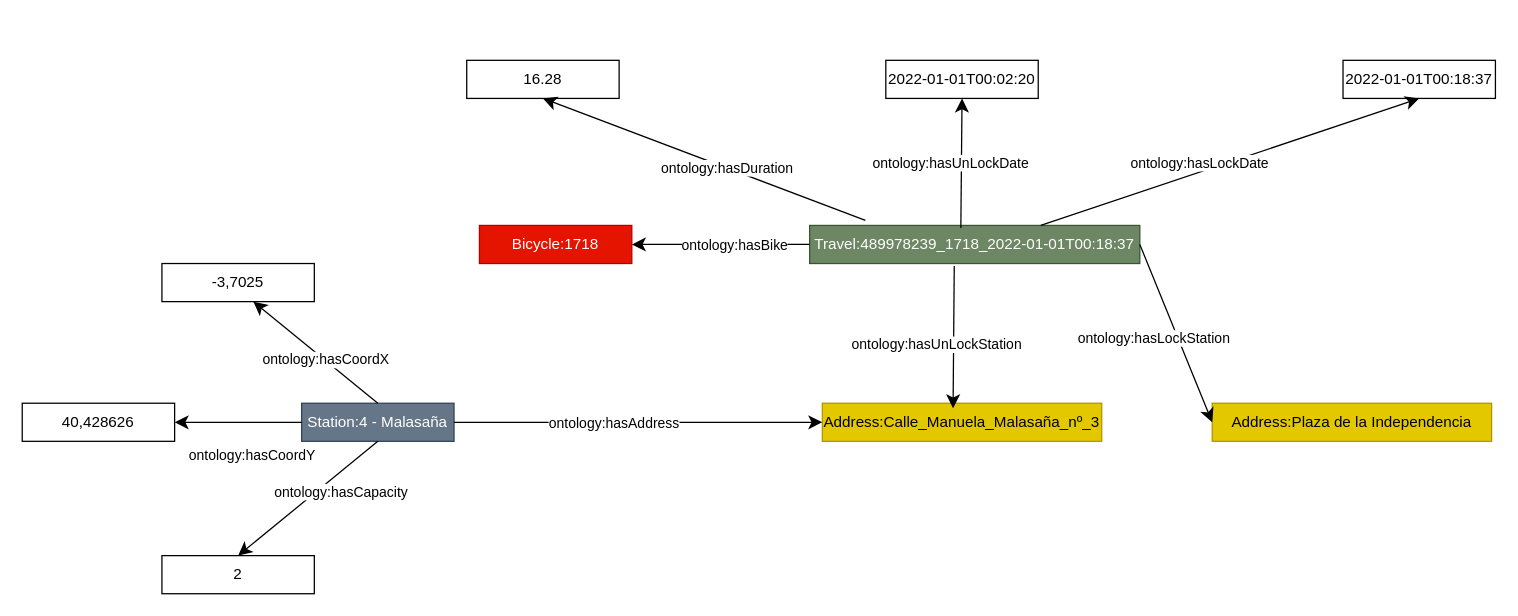
FacultadInformatica-LinkedData/Curso2025-2026-ODKG keeps this draw.io diagram as page "Página-3" (3 of 3) of HandsOn/Group05/ontology/ontology.drawio. Above is the earlier version. Source tidied: cells renumbered, new cells numbered last; positions are measured from the earlier drawing's top-left corner, leaving out a move shared by most shapes. Both pictures are drawn from the tidied source at 127%, with x=0, y=0 at pixel (22, 60).
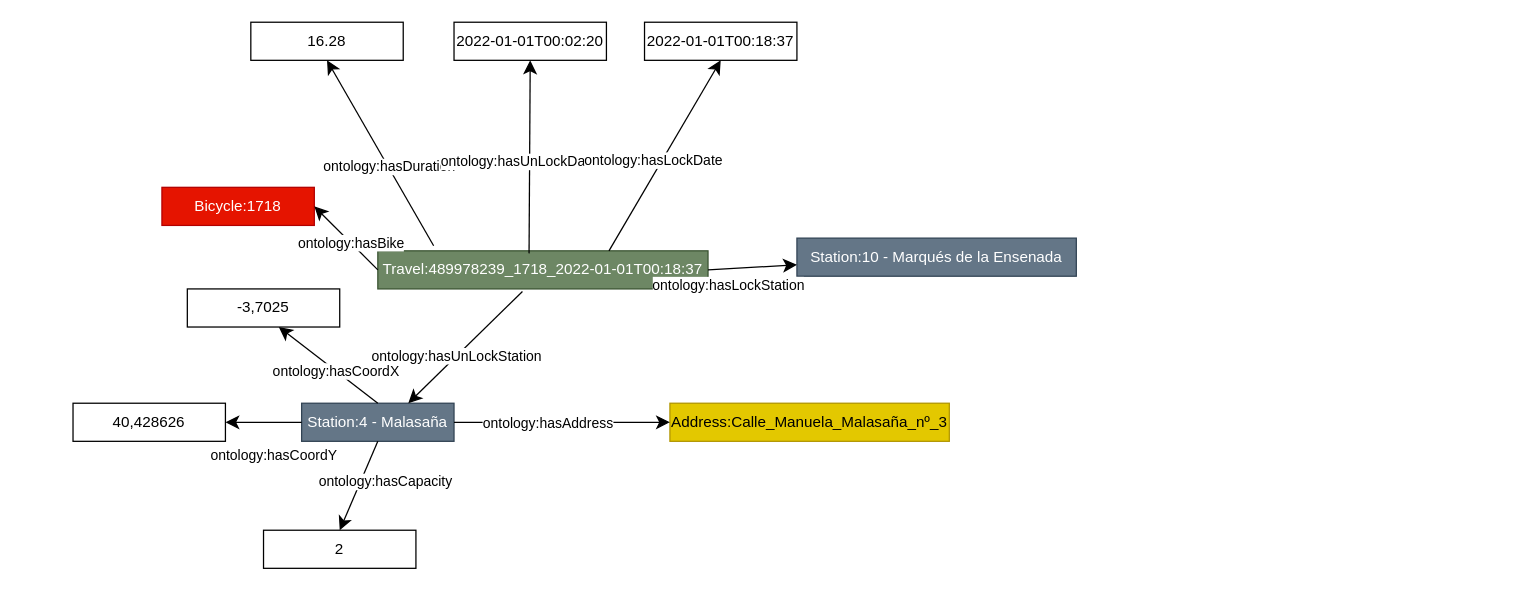
After the change.

Unchanged cells that the change refers to:
```xml
<mxCell id="2" value="Station:4 - Malasaña" style="rounded=0;whiteSpace=wrap;html=1;snapToPoint=1;points=[[0.1,0],[0.2,0],[0.3,0],[0.4,0],[0.5,0],[0.6,0],[0.7,0],[0.8,0],[0.9,0],[0,0.1],[0,0.3],[0,0.5],[0,0.7],[0,0.9],[0.1,1],[0.2,1],[0.3,1],[0.4,1],[0.5,1],[0.6,1],[0.7,1],[0.8,1],[0.9,1],[1,0.1],[1,0.3],[1,0.5],[1,0.7],[1,0.9]];fillColor=#647687;fontColor=#ffffff;strokeColor=#314354;" parent="1" vertex="1">
  <mxGeometry x="220" y="270" width="120" height="30" as="geometry" />
</mxCell>
```

What changed in the source:
```diff
@@
     <mxCell id="3" value="Address:Calle_Manuela_Malasaña_nº_3" style="rounded=0;whiteSpace=wrap;html=1;snapToPoint=1;points=[[0.1,0],[0.2,0],[0.3,0],[0.4,0],[0.5,0],[0.6,0],[0.7,0],[0.8,0],[0.9,0],[0,0.1],[0,0.3],[0,0.5],[0,0.7],[0,0.9],[0.1,1],[0.2,1],[0.3,1],[0.4,1],[0.5,1],[0.6,1],[0.7,1],[0.8,1],[0.9,1],[1,0.1],[1,0.3],[1,0.5],[1,0.7],[1,0.9]];fillColor=#e3c800;fontColor=#000000;strokeColor=#B09500;" parent="1" vertex="1">
-      <mxGeometry x="630" y="270" width="220" height="30" as="geometry" />
+      <mxGeometry x="510" y="270" width="220" height="30" as="geometry" />
     </mxCell>
@@
     <mxCell id="6" value="2" style="rounded=0;whiteSpace=wrap;html=1;snapToPoint=1;points=[[0.1,0],[0.2,0],[0.3,0],[0.4,0],[0.5,0],[0.6,0],[0.7,0],[0.8,0],[0.9,0],[0,0.1],[0,0.3],[0,0.5],[0,0.7],[0,0.9],[0.1,1],[0.2,1],[0.3,1],[0.4,1],[0.5,1],[0.6,1],[0.7,1],[0.8,1],[0.9,1],[1,0.1],[1,0.3],[1,0.5],[1,0.7],[1,0.9]];" parent="1" vertex="1">
-      <mxGeometry x="110" y="390" width="120" height="30" as="geometry" />
+      <mxGeometry x="190" y="370" width="120" height="30" as="geometry" />
     </mxCell>
     <mxCell id="7" value="-3,7025" style="rounded=0;whiteSpace=wrap;html=1;snapToPoint=1;points=[[0.1,0],[0.2,0],[0.3,0],[0.4,0],[0.5,0],[0.6,0],[0.7,0],[0.8,0],[0.9,0],[0,0.1],[0,0.3],[0,0.5],[0,0.7],[0,0.9],[0.1,1],[0.2,1],[0.3,1],[0.4,1],[0.5,1],[0.6,1],[0.7,1],[0.8,1],[0.9,1],[1,0.1],[1,0.3],[1,0.5],[1,0.7],[1,0.9]];" parent="1" vertex="1">
-      <mxGeometry x="110" y="160" width="120" height="30" as="geometry" />
+      <mxGeometry x="130" y="180" width="120" height="30" as="geometry" />
     </mxCell>
     <mxCell id="8" value="40,428626" style="rounded=0;whiteSpace=wrap;html=1;snapToPoint=1;points=[[0.1,0],[0.2,0],[0.3,0],[0.4,0],[0.5,0],[0.6,0],[0.7,0],[0.8,0],[0.9,0],[0,0.1],[0,0.3],[0,0.5],[0,0.7],[0,0.9],[0.1,1],[0.2,1],[0.3,1],[0.4,1],[0.5,1],[0.6,1],[0.7,1],[0.8,1],[0.9,1],[1,0.1],[1,0.3],[1,0.5],[1,0.7],[1,0.9]];" parent="1" vertex="1">
-      <mxGeometry y="270" width="120" height="30" as="geometry" />
+      <mxGeometry x="40" y="270" width="120" height="30" as="geometry" />
     </mxCell>
@@
     <mxCell id="15" value="Travel:489978239_1718_2022-01-01T00:18:37" style="rounded=0;whiteSpace=wrap;html=1;snapToPoint=1;points=[[0.1,0],[0.2,0],[0.3,0],[0.4,0],[0.5,0],[0.6,0],[0.7,0],[0.8,0],[0.9,0],[0,0.1],[0,0.3],[0,0.5],[0,0.7],[0,0.9],[0.1,1],[0.2,1],[0.3,1],[0.4,1],[0.5,1],[0.6,1],[0.7,1],[0.8,1],[0.9,1],[1,0.1],[1,0.3],[1,0.5],[1,0.7],[1,0.9]];fillColor=#6d8764;fontColor=#ffffff;strokeColor=#3A5431;" parent="1" vertex="1">
-      <mxGeometry x="620" y="130" width="260" height="30" as="geometry" />
+      <mxGeometry x="280" y="150" width="260" height="30" as="geometry" />
     </mxCell>
     <mxCell id="16" value="16.28" style="rounded=0;whiteSpace=wrap;html=1;snapToPoint=1;points=[[0.1,0],[0.2,0],[0.3,0],[0.4,0],[0.5,0],[0.6,0],[0.7,0],[0.8,0],[0.9,0],[0,0.1],[0,0.3],[0,0.5],[0,0.7],[0,0.9],[0.1,1],[0.2,1],[0.3,1],[0.4,1],[0.5,1],[0.6,1],[0.7,1],[0.8,1],[0.9,1],[1,0.1],[1,0.3],[1,0.5],[1,0.7],[1,0.9]];" parent="1" vertex="1">
-      <mxGeometry x="350" width="120" height="30" as="geometry" />
+      <mxGeometry x="180" y="-30" width="120" height="30" as="geometry" />
     </mxCell>
     <mxCell id="17" value="2022-01-01T00:02:20" style="rounded=0;whiteSpace=wrap;html=1;snapToPoint=1;points=[[0.1,0],[0.2,0],[0.3,0],[0.4,0],[0.5,0],[0.6,0],[0.7,0],[0.8,0],[0.9,0],[0,0.1],[0,0.3],[0,0.5],[0,0.7],[0,0.9],[0.1,1],[0.2,1],[0.3,1],[0.4,1],[0.5,1],[0.6,1],[0.7,1],[0.8,1],[0.9,1],[1,0.1],[1,0.3],[1,0.5],[1,0.7],[1,0.9]];" parent="1" vertex="1">
-      <mxGeometry x="680" width="120" height="30" as="geometry" />
+      <mxGeometry x="340" y="-30" width="120" height="30" as="geometry" />
     </mxCell>
     <mxCell id="18" value="2022-01-01T00:18:37" style="rounded=0;whiteSpace=wrap;html=1;snapToPoint=1;points=[[0.1,0],[0.2,0],[0.3,0],[0.4,0],[0.5,0],[0.6,0],[0.7,0],[0.8,0],[0.9,0],[0,0.1],[0,0.3],[0,0.5],[0,0.7],[0,0.9],[0.1,1],[0.2,1],[0.3,1],[0.4,1],[0.5,1],[0.6,1],[0.7,1],[0.8,1],[0.9,1],[1,0.1],[1,0.3],[1,0.5],[1,0.7],[1,0.9]];" parent="1" vertex="1">
-      <mxGeometry x="1040" width="120" height="30" as="geometry" />
+      <mxGeometry x="490" y="-30" width="120" height="30" as="geometry" />
     </mxCell>
@@
-    <mxCell id="25" style="endArrow=classic;html=1;exitX=0.438;exitY=1.067;exitDx=0;exitDy=0;entryX=0.468;entryY=0.133;entryDx=0;entryDy=0;endSize=8;arcSize=0;rounded=0;entryPerimeter=0;exitPerimeter=0;" parent="1" edge="1" source="15" target="3">
+    <mxCell id="25" style="endArrow=classic;html=1;exitX=0.438;exitY=1.067;exitDx=0;exitDy=0;entryX=0.7;entryY=0;entryDx=0;entryDy=0;endSize=8;arcSize=0;rounded=0;exitPerimeter=0;" parent="1" edge="1" source="15" target="2">
       <mxGeometry relative="1" as="geometry" />
     </mxCell>
@@
-    <mxCell id="27" value="Address:Plaza de la Independencia" style="rounded=0;whiteSpace=wrap;html=1;snapToPoint=1;points=[[0.1,0],[0.2,0],[0.3,0],[0.4,0],[0.5,0],[0.6,0],[0.7,0],[0.8,0],[0.9,0],[0,0.1],[0,0.3],[0,0.5],[0,0.7],[0,0.9],[0.1,1],[0.2,1],[0.3,1],[0.4,1],[0.5,1],[0.6,1],[0.7,1],[0.8,1],[0.9,1],[1,0.1],[1,0.3],[1,0.5],[1,0.7],[1,0.9]];fillColor=#e3c800;fontColor=#000000;strokeColor=#B09500;" parent="1" vertex="1">
-      <mxGeometry x="937" y="270" width="220" height="30" as="geometry" />
+    <mxCell id="27" value="Station:10 - Marqués de la Ensenada" style="rounded=0;whiteSpace=wrap;html=1;snapToPoint=1;points=[[0.1,0],[0.2,0],[0.3,0],[0.4,0],[0.5,0],[0.6,0],[0.7,0],[0.8,0],[0.9,0],[0,0.1],[0,0.3],[0,0.5],[0,0.7],[0,0.9],[0.1,1],[0.2,1],[0.3,1],[0.4,1],[0.5,1],[0.6,1],[0.7,1],[0.8,1],[0.9,1],[1,0.1],[1,0.3],[1,0.5],[1,0.7],[1,0.9]];fillColor=#647687;strokeColor=#314354;fontColor=#ffffff;" parent="1" vertex="1">
+      <mxGeometry x="610" y="140" width="220" height="30" as="geometry" />
     </mxCell>
-    <mxCell id="28" style="endArrow=classic;html=1;exitX=1;exitY=0.5;exitDx=0;exitDy=0;endSize=8;arcSize=0;rounded=0;entryX=0;entryY=0.5;entryDx=0;entryDy=0;" parent="1" edge="1" source="15" target="27">
+    <mxCell id="28" style="endArrow=classic;html=1;exitX=1;exitY=0.5;exitDx=0;exitDy=0;endSize=8;arcSize=0;rounded=0;" parent="1" edge="1" source="15" target="27">
       <mxGeometry relative="1" as="geometry" />
     </mxCell>
@@
     <mxCell id="30" value="Bicycle:1718" style="rounded=0;whiteSpace=wrap;html=1;snapToPoint=1;points=[[0.1,0],[0.2,0],[0.3,0],[0.4,0],[0.5,0],[0.6,0],[0.7,0],[0.8,0],[0.9,0],[0,0.1],[0,0.3],[0,0.5],[0,0.7],[0,0.9],[0.1,1],[0.2,1],[0.3,1],[0.4,1],[0.5,1],[0.6,1],[0.7,1],[0.8,1],[0.9,1],[1,0.1],[1,0.3],[1,0.5],[1,0.7],[1,0.9]];fillColor=#e51400;fontColor=#ffffff;strokeColor=#B20000;" parent="1" vertex="1">
-      <mxGeometry x="360" y="130" width="120" height="30" as="geometry" />
+      <mxGeometry x="110" y="100" width="120" height="30" as="geometry" />
     </mxCell>
```
